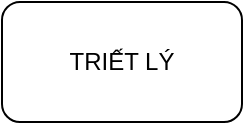
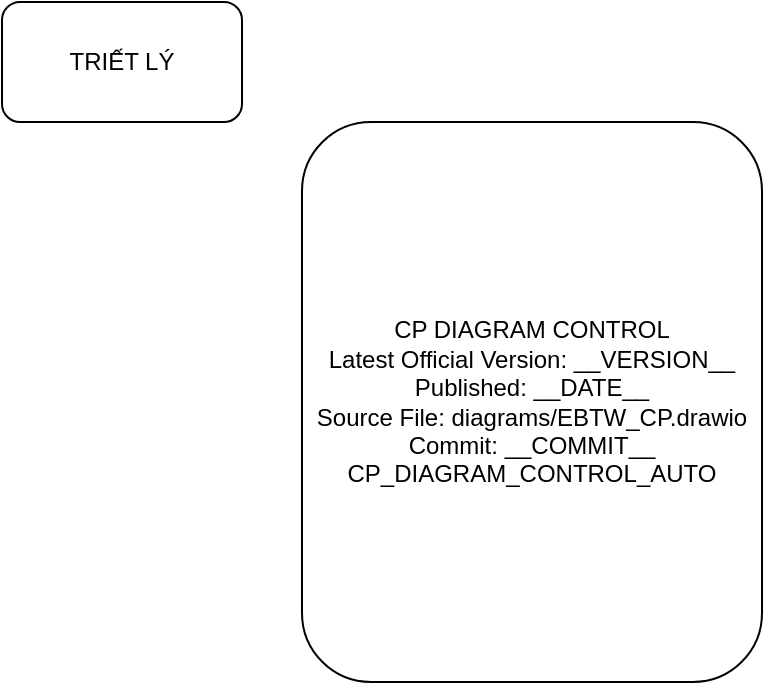
<mxfile host="app.diagrams.net">
  <diagram name="Trang-1" id="gTWqTAZWpe6w8VMmXgS7">
    <mxGraphModel dx="1414" dy="751" grid="1" gridSize="10" guides="1" tooltips="1" connect="1" arrows="1" fold="1" page="1" pageScale="1" pageWidth="4681" pageHeight="3300" math="0" shadow="0">
      <root>
        <mxCell id="0" />
        <mxCell id="1" parent="0" />
        <mxCell id="WSasz7ZzoXwr0EW6ub1j-1" parent="1" style="rounded=1;whiteSpace=wrap;html=1;" value="TRIẾT LÝ" vertex="1">
          <mxGeometry height="60" width="120" x="510" y="200" as="geometry" />
        </mxCell>
+         <mxCell id="xuVE40aZp2BdjfJBI_KB-1" parent="1" style="rounded=1;whiteSpace=wrap;html=1;" value="&lt;div&gt;CP DIAGRAM CONTROL&lt;/div&gt;&lt;div&gt;Latest Official Version: __VERSION__&lt;/div&gt;&lt;div&gt;Published: __DATE__&lt;/div&gt;&lt;div&gt;Source File: diagrams/EBTW_CP.drawio&lt;/div&gt;&lt;div&gt;Commit: __COMMIT__&lt;/div&gt;&lt;div&gt;CP_DIAGRAM_CONTROL_AUTO&lt;/div&gt;" vertex="1">
+           <mxGeometry height="280" width="230" x="660" y="260" as="geometry" />
+         </mxCell>
      </root>
    </mxGraphModel>
  </diagram>
</mxfile>
